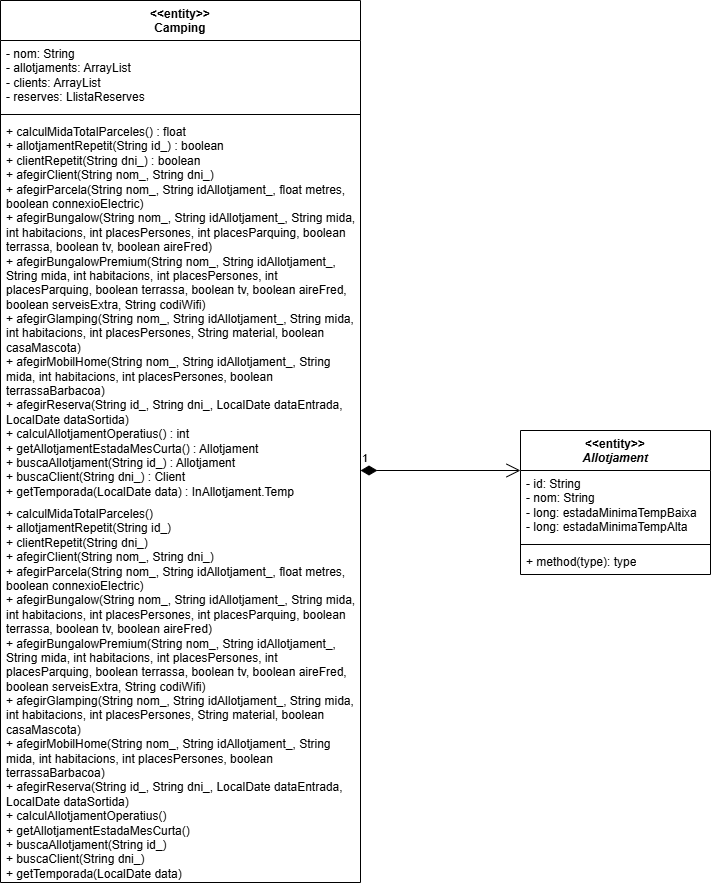
The draw.io diagram Practica1.png in martimiro/Prog-II, before a commit. Source tidied: cells renumbered, new cells last; positions are measured from the earlier drawing's top-left corner, leaving out a move shared by most shapes.
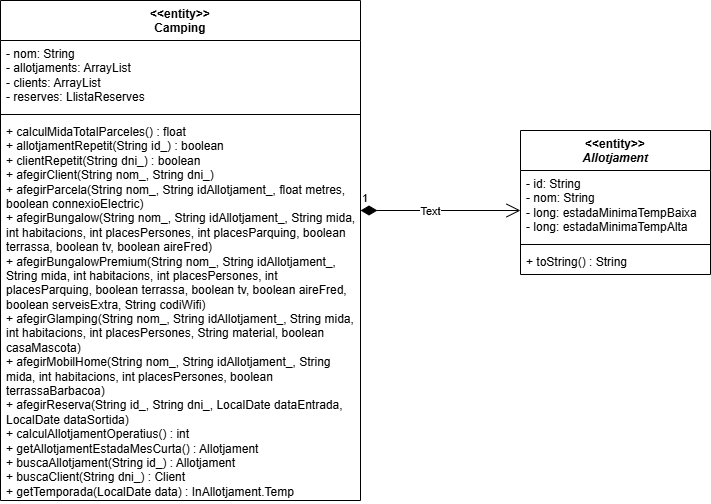
The same file after the commit.

Diff of the diagram source:
```diff
@@ -3,7 +3,7 @@
     <mxCell id="0" />
     <mxCell id="1" parent="0" />
     <mxCell id="2" value="&lt;div&gt;&amp;lt;&amp;lt;entity&amp;gt;&amp;gt;&lt;/div&gt;Camping" style="swimlane;fontStyle=1;align=center;verticalAlign=top;horizontal=1;startSize=40;whiteSpace=wrap;html=1;" parent="1" vertex="1">
-      <mxGeometry width="360" height="882" as="geometry" />
+      <mxGeometry x="-10" width="360" height="500" as="geometry" />
     </mxCell>
     <mxCell id="3" value="- nom: String&lt;div&gt;- allotjaments: ArrayList&lt;/div&gt;&lt;div&gt;- clients: ArrayList&lt;/div&gt;&lt;div&gt;- reserves: LlistaReserves&lt;br&gt;&lt;div&gt;&lt;br&gt;&lt;/div&gt;&lt;/div&gt;" style="text;strokeColor=none;fillColor=none;align=left;verticalAlign=top;spacingLeft=4;spacingRight=4;overflow=hidden;whiteSpace=wrap;html=1;" parent="2" vertex="1">
       <mxGeometry y="40" width="360" height="70" as="geometry" />
@@ -14,17 +14,8 @@
     <mxCell id="5" value="+ calculMidaTotalParceles() : float&lt;div&gt;+ allotjamentRepetit(String id_) : boolean&lt;/div&gt;&lt;div&gt;+ clientRepetit(String dni_) : boolean&lt;/div&gt;&lt;div&gt;+ afegirClient(String nom_, String dni_)&lt;/div&gt;&lt;div&gt;+ afegirParcela(String nom_, String idAllotjament_, float metres, boolean connexioElectric)&lt;/div&gt;&lt;div&gt;+&amp;nbsp;afegirBungalow(String nom_, String idAllotjament_, String mida, int habitacions, int placesPersones, int placesParquing, boolean terrassa, boolean tv, boolean aireFred)&lt;/div&gt;&lt;div&gt;+&amp;nbsp;afegirBungalowPremium(String nom_, String idAllotjament_, String mida, int habitacions, int placesPersones, int placesParquing, boolean terrassa, boolean tv, boolean aireFred, boolean serveisExtra, String codiWifi)&lt;/div&gt;&lt;div&gt;+&amp;nbsp;afegirGlamping(String nom_, String idAllotjament_, String mida, int habitacions, int placesPersones, String material, boolean casaMascota)&lt;/div&gt;&lt;div&gt;+&amp;nbsp;afegirMobilHome(String nom_, String idAllotjament_, String mida, int habitacions, int placesPersones, boolean terrassaBarbacoa)&lt;/div&gt;&lt;div&gt;+&amp;nbsp;afegirReserva(String id_, String dni_, LocalDate dataEntrada, LocalDate dataSortida)&lt;/div&gt;&lt;div&gt;+ calculAllotjamentOperatius() : int&lt;/div&gt;&lt;div&gt;+ getAllotjamentEstadaMesCurta() : Allotjament&lt;/div&gt;&lt;div&gt;+ buscaAllotjament(String id_) : Allotjament&lt;/div&gt;&lt;div&gt;+ buscaClient(String dni_) : Client&lt;/div&gt;&lt;div&gt;+ getTemporada(LocalDate data) : InAllotjament.Temp&lt;/div&gt;" style="text;strokeColor=none;fillColor=none;align=left;verticalAlign=top;spacingLeft=4;spacingRight=4;overflow=hidden;whiteSpace=wrap;html=1;" parent="2" vertex="1">
       <mxGeometry y="118" width="360" height="382" as="geometry" />
     </mxCell>
-    <mxCell id="6" value="1" style="endArrow=open;html=1;endSize=12;startArrow=diamondThin;startSize=14;startFill=1;edgeStyle=orthogonalEdgeStyle;align=left;verticalAlign=bottom;rounded=0;" parent="2" edge="1">
-      <mxGeometry x="-1" y="3" relative="1" as="geometry">
-        <mxPoint x="360" y="470" as="sourcePoint" />
-        <mxPoint x="520" y="470" as="targetPoint" />
-      </mxGeometry>
-    </mxCell>
-    <mxCell id="7" value="+ calculMidaTotalParceles()&lt;div&gt;+ allotjamentRepetit(String id_)&lt;/div&gt;&lt;div&gt;+ clientRepetit(String dni_)&lt;/div&gt;&lt;div&gt;+ afegirClient(String nom_, String dni_)&lt;/div&gt;&lt;div&gt;+ afegirParcela(String nom_, String idAllotjament_, float metres, boolean connexioElectric)&lt;/div&gt;&lt;div&gt;+&amp;nbsp;afegirBungalow(String nom_, String idAllotjament_, String mida, int habitacions, int placesPersones, int placesParquing, boolean terrassa, boolean tv, boolean aireFred)&lt;/div&gt;&lt;div&gt;+&amp;nbsp;afegirBungalowPremium(String nom_, String idAllotjament_, String mida, int habitacions, int placesPersones, int placesParquing, boolean terrassa, boolean tv, boolean aireFred, boolean serveisExtra, String codiWifi)&lt;/div&gt;&lt;div&gt;+&amp;nbsp;afegirGlamping(String nom_, String idAllotjament_, String mida, int habitacions, int placesPersones, String material, boolean casaMascota)&lt;/div&gt;&lt;div&gt;+&amp;nbsp;afegirMobilHome(String nom_, String idAllotjament_, String mida, int habitacions, int placesPersones, boolean terrassaBarbacoa)&lt;/div&gt;&lt;div&gt;+&amp;nbsp;afegirReserva(String id_, String dni_, LocalDate dataEntrada, LocalDate dataSortida)&lt;/div&gt;&lt;div&gt;+ calculAllotjamentOperatius()&lt;/div&gt;&lt;div&gt;+ getAllotjamentEstadaMesCurta()&lt;/div&gt;&lt;div&gt;+ buscaAllotjament(String id_)&lt;/div&gt;&lt;div&gt;+ buscaClient(String dni_)&lt;/div&gt;&lt;div&gt;+ getTemporada(LocalDate data)&lt;/div&gt;" style="text;strokeColor=none;fillColor=none;align=left;verticalAlign=top;spacingLeft=4;spacingRight=4;overflow=hidden;whiteSpace=wrap;html=1;" parent="2" vertex="1">
-      <mxGeometry y="500" width="360" height="382" as="geometry" />
-    </mxCell>
     <mxCell id="8" value="&lt;div&gt;&amp;lt;&amp;lt;entity&amp;gt;&amp;gt;&lt;/div&gt;&lt;i&gt;Allotjament&lt;/i&gt;" style="swimlane;fontStyle=1;align=center;verticalAlign=top;horizontal=1;startSize=40;whiteSpace=wrap;html=1;" parent="1" vertex="1">
-      <mxGeometry x="520" y="430" width="190" height="144" as="geometry" />
+      <mxGeometry x="510" y="130" width="190" height="144" as="geometry" />
     </mxCell>
     <mxCell id="9" value="- id: String&lt;div&gt;- nom: String&lt;/div&gt;&lt;div&gt;- long: estadaMinimaTempBaixa&lt;/div&gt;&lt;div&gt;- long: estadaMinimaTempAlta&lt;/div&gt;" style="text;strokeColor=none;fillColor=none;align=left;verticalAlign=top;spacingLeft=4;spacingRight=4;overflow=hidden;whiteSpace=wrap;html=1;" parent="8" vertex="1">
       <mxGeometry y="40" width="190" height="70" as="geometry" />
@@ -32,8 +23,17 @@
     <mxCell id="10" style="line;strokeWidth=1;fillColor=none;align=left;verticalAlign=middle;spacingTop=-1;spacingLeft=3;spacingRight=3;labelPosition=right;strokeColor=inherit;" parent="8" vertex="1">
       <mxGeometry y="110" width="190" height="8" as="geometry" />
     </mxCell>
-    <mxCell id="11" value="+ method(type): type" style="text;strokeColor=none;fillColor=none;align=left;verticalAlign=top;spacingLeft=4;spacingRight=4;overflow=hidden;whiteSpace=wrap;html=1;" parent="8" vertex="1">
+    <mxCell id="11" value="+ toString() : String" style="text;strokeColor=none;fillColor=none;align=left;verticalAlign=top;spacingLeft=4;spacingRight=4;overflow=hidden;whiteSpace=wrap;html=1;" parent="8" vertex="1">
       <mxGeometry y="118" width="190" height="26" as="geometry" />
     </mxCell>
+    <mxCell id="6" value="1" style="endArrow=open;html=1;endSize=12;startArrow=diamondThin;startSize=14;startFill=1;edgeStyle=orthogonalEdgeStyle;align=left;verticalAlign=bottom;rounded=0;" parent="1" edge="1">
+      <mxGeometry x="-1" y="3" relative="1" as="geometry">
+        <mxPoint x="350" y="210" as="sourcePoint" />
+        <mxPoint x="510" y="210" as="targetPoint" />
+      </mxGeometry>
+    </mxCell>
+    <mxCell id="12" value="Text" style="edgeLabel;html=1;align=center;verticalAlign=middle;" parent="6" vertex="1">
+      <mxGeometry x="-0.14" y="-1" relative="1" as="geometry" />
+    </mxCell>
   </root>
 </mxGraphModel>
```
